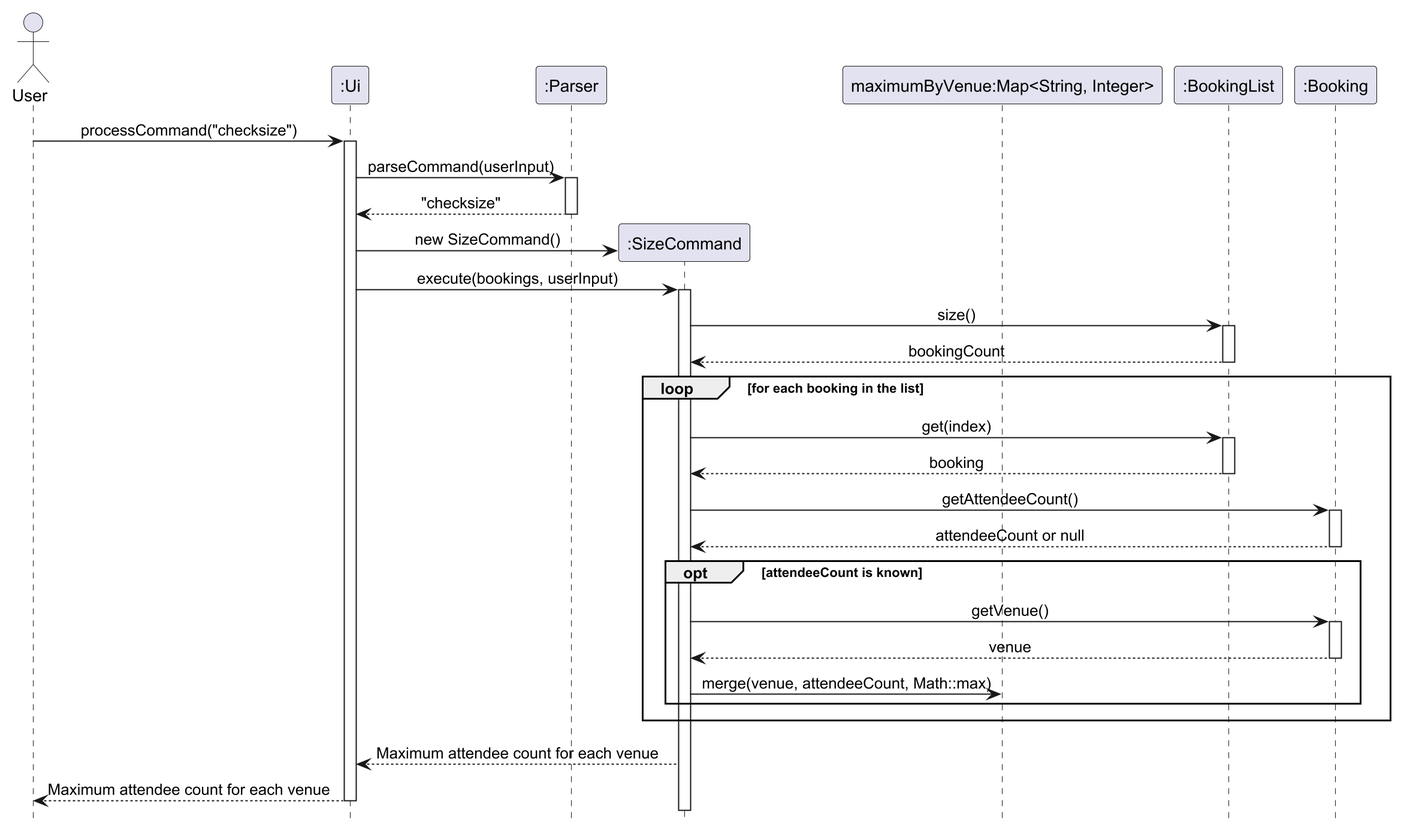
AY2627S1-CS2113-W14-2/tp keeps this PlantUML diagram as docs/UMLDiagrams/CheckSizeSequenceDiagram.png. Above is the earlier version.
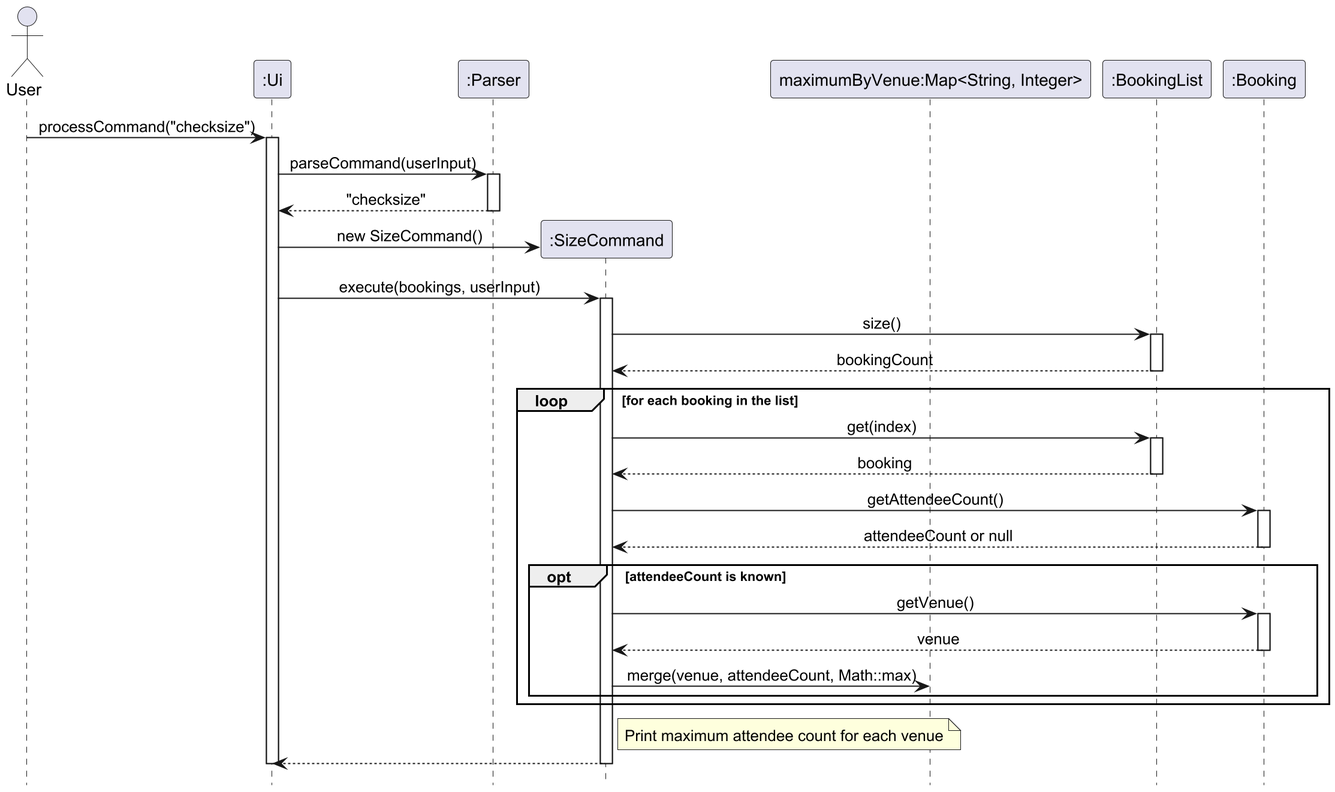
Later version of the same file.

What changed in the source:
```diff
@@ -46,8 +46,8 @@
     end
 end
 
-Size --> UI: Maximum attendee count for each venue
-UI --> User: Maximum attendee count for each venue
+note right of Size: Print maximum attendee count for each venue
+Size --> UI
 deactivate Size
 deactivate UI
 @enduml
```
